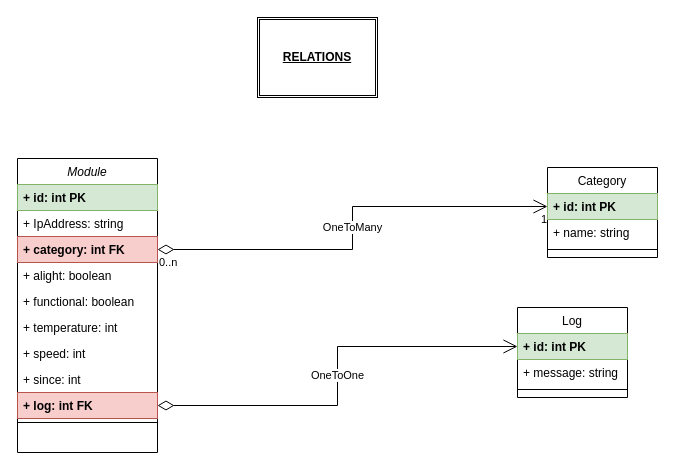
DevWebJr/IotModulesMonitoring keeps this draw.io diagram as Documentation/IotModulesMonitoring.drawio. Above is the earlier version. Source tidied: cells renumbered, new cells numbered last; positions are measured from the earlier drawing's top-left corner, leaving out a move shared by most shapes. Both pictures are drawn from the tidied source at 100%, with x=0, y=0 at pixel (17, 17).
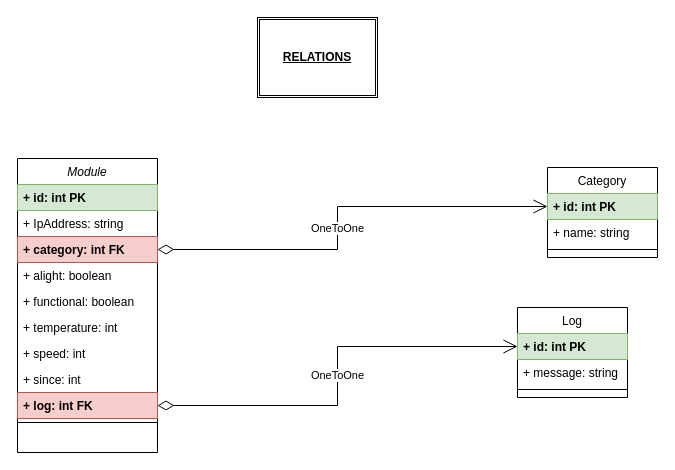
After the change.

Unchanged cells that the change refers to:
```xml
<mxCell id="5" value="+ category: int FK" style="text;align=left;verticalAlign=top;spacingLeft=4;spacingRight=4;overflow=hidden;points=[[0,0.5],[1,0.5]];portConstraint=eastwest;fontStyle=1;fillColor=#f8cecc;strokeColor=#b85450;" parent="2" vertex="1">
  <mxGeometry y="78" width="140" height="26" as="geometry" />
</mxCell>
<mxCell id="20" value="+ id: int PK" style="text;align=left;verticalAlign=top;spacingLeft=4;spacingRight=4;overflow=hidden;points=[[0,0.5],[1,0.5]];portConstraint=eastwest;rounded=0;shadow=0;html=0;fillColor=#d5e8d4;strokeColor=#82b366;fontStyle=1;" parent="19" vertex="1">
  <mxGeometry y="26" width="110" height="26" as="geometry" />
</mxCell>
```

The edit, as a diff of the source:
```diff
@@
-    <mxCell id="23" value="OneToMany" style="endArrow=open;html=1;endSize=12;startArrow=diamondThin;startSize=14;startFill=0;edgeStyle=orthogonalEdgeStyle;rounded=0;" parent="1" edge="1" source="5" target="20">
-      <mxGeometry relative="1" as="geometry" />
+    <mxCell id="23" value="OneToOne" style="endArrow=open;html=1;endSize=12;startArrow=diamondThin;startSize=14;startFill=0;edgeStyle=orthogonalEdgeStyle;rounded=0;" parent="1" edge="1" source="5" target="20">
+      <mxGeometry x="-0.07" relative="1" as="geometry">
+        <Array as="points">
+          <mxPoint x="320" y="232" />
+          <mxPoint x="320" y="189" />
+        </Array>
+      </mxGeometry>
     </mxCell>
-    <mxCell id="24" value="0..n" style="edgeLabel;html=1;align=left;verticalAlign=top;" parent="23" vertex="1">
-      <mxGeometry x="-1" relative="1" as="geometry" />
-    </mxCell>
-    <mxCell id="25" value="1" style="edgeLabel;html=1;align=right;verticalAlign=top;" parent="23" vertex="1">
-      <mxGeometry x="1" relative="1" as="geometry" />
-    </mxCell>
```
